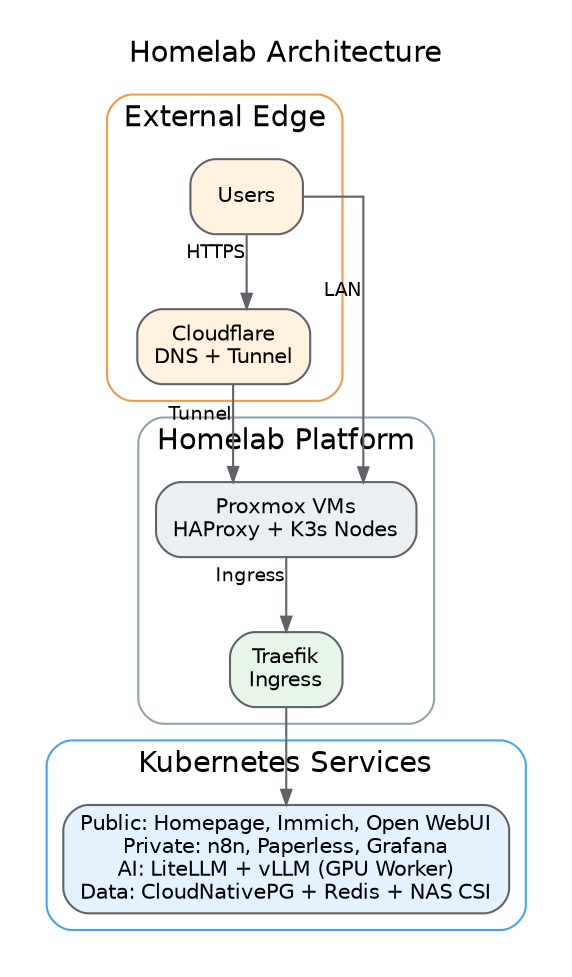
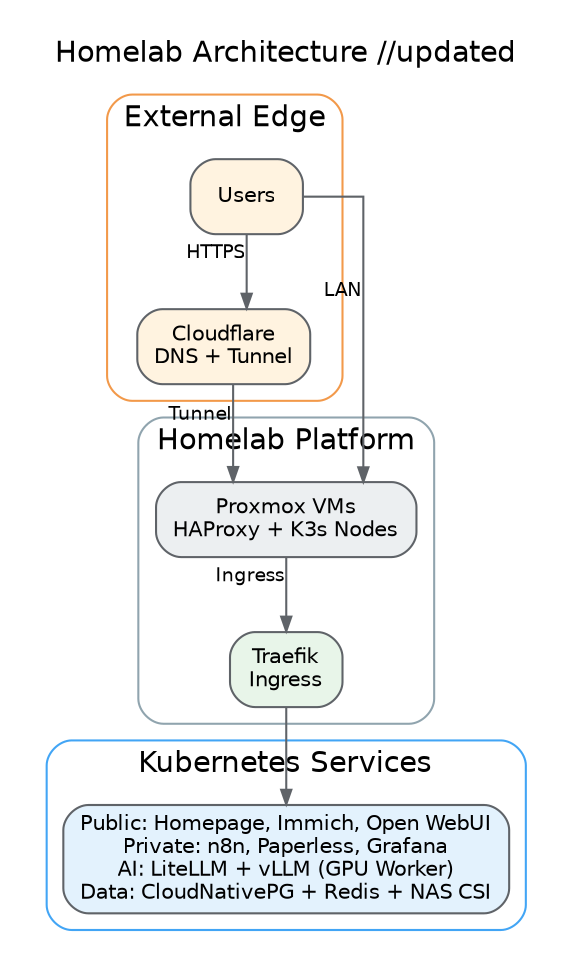
digraph homelab {
  graph [
-     label="Homelab Architecture",
+     label="Homelab Architecture /\/updated",
    labelloc=t,
    rankdir=TB,
    splines=ortho,
    pad=0.2,
    nodesep=0.35,
    ranksep=0.5,
    fontname="Helvetica",
    bgcolor="white"
  ];

  node [
    shape=box,
    style="rounded,filled",
    fontname="Helvetica",
    fontsize=10,
    color="#5f6368",
    fillcolor="#f8f9fa",
    penwidth=1.0
  ];

  edge [
    color="#5f6368",
    penwidth=1.0,
    arrowsize=0.7,
    fontname="Helvetica",
    fontsize=9
  ];

  subgraph cluster_edge {
    label="External Edge";
    color="#f2994a";
    style="rounded";

    users [label="Users", fillcolor="#fff3e0"];
    cloudflare [label="Cloudflare\nDNS + Tunnel", fillcolor="#fff3e0"];
  }

  subgraph cluster_platform {
    label="Homelab Platform";
    color="#90a4ae";
    style="rounded";

    proxmox [label="Proxmox VMs\nHAProxy + K3s Nodes", fillcolor="#eceff1"];
    traefik [label="Traefik\nIngress", fillcolor="#e8f5e9"];
  }

  subgraph cluster_services {
    label="Kubernetes Services";
    color="#42a5f5";
    style="rounded";

    services [label="Public: Homepage, Immich, Open WebUI\nPrivate: n8n, Paperless, Grafana\nAI: LiteLLM + vLLM (GPU Worker)\nData: CloudNativePG + Redis + NAS CSI", fillcolor="#e3f2fd"];
  }

  users -> cloudflare [xlabel="HTTPS"];
  users -> proxmox [xlabel="LAN"];
  cloudflare -> proxmox [xlabel="Tunnel"];
  proxmox -> traefik [xlabel="Ingress"];
  traefik -> services;
}
